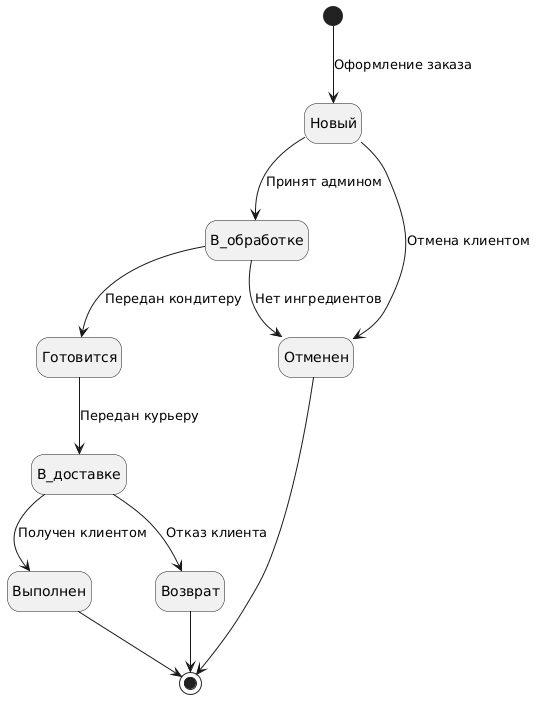
viosolo/SDLC keeps this PlantUML diagram as uml/uml/images/State.png. Above is the earlier version.
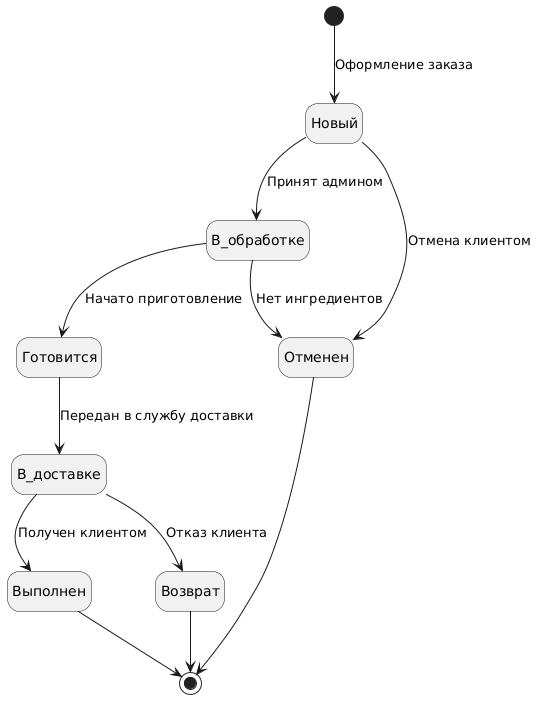
After the change.

What changed in the source:
```diff
@@ -8,10 +8,10 @@
 Новый --> В_обработке : Принят админом
 Новый --> Отменен : Отмена клиентом
 
-В_обработке --> Готовится : Передан кондитеру
+В_обработке --> Готовится : Начато приготовление
 В_обработке --> Отменен : Нет ингредиентов
 
-Готовится --> В_доставке : Передан курьеру
+Готовится --> В_доставке : Передан в службу доставки
 
 В_доставке --> Выполнен : Получен клиентом
 В_доставке --> Возврат : Отказ клиента
```
